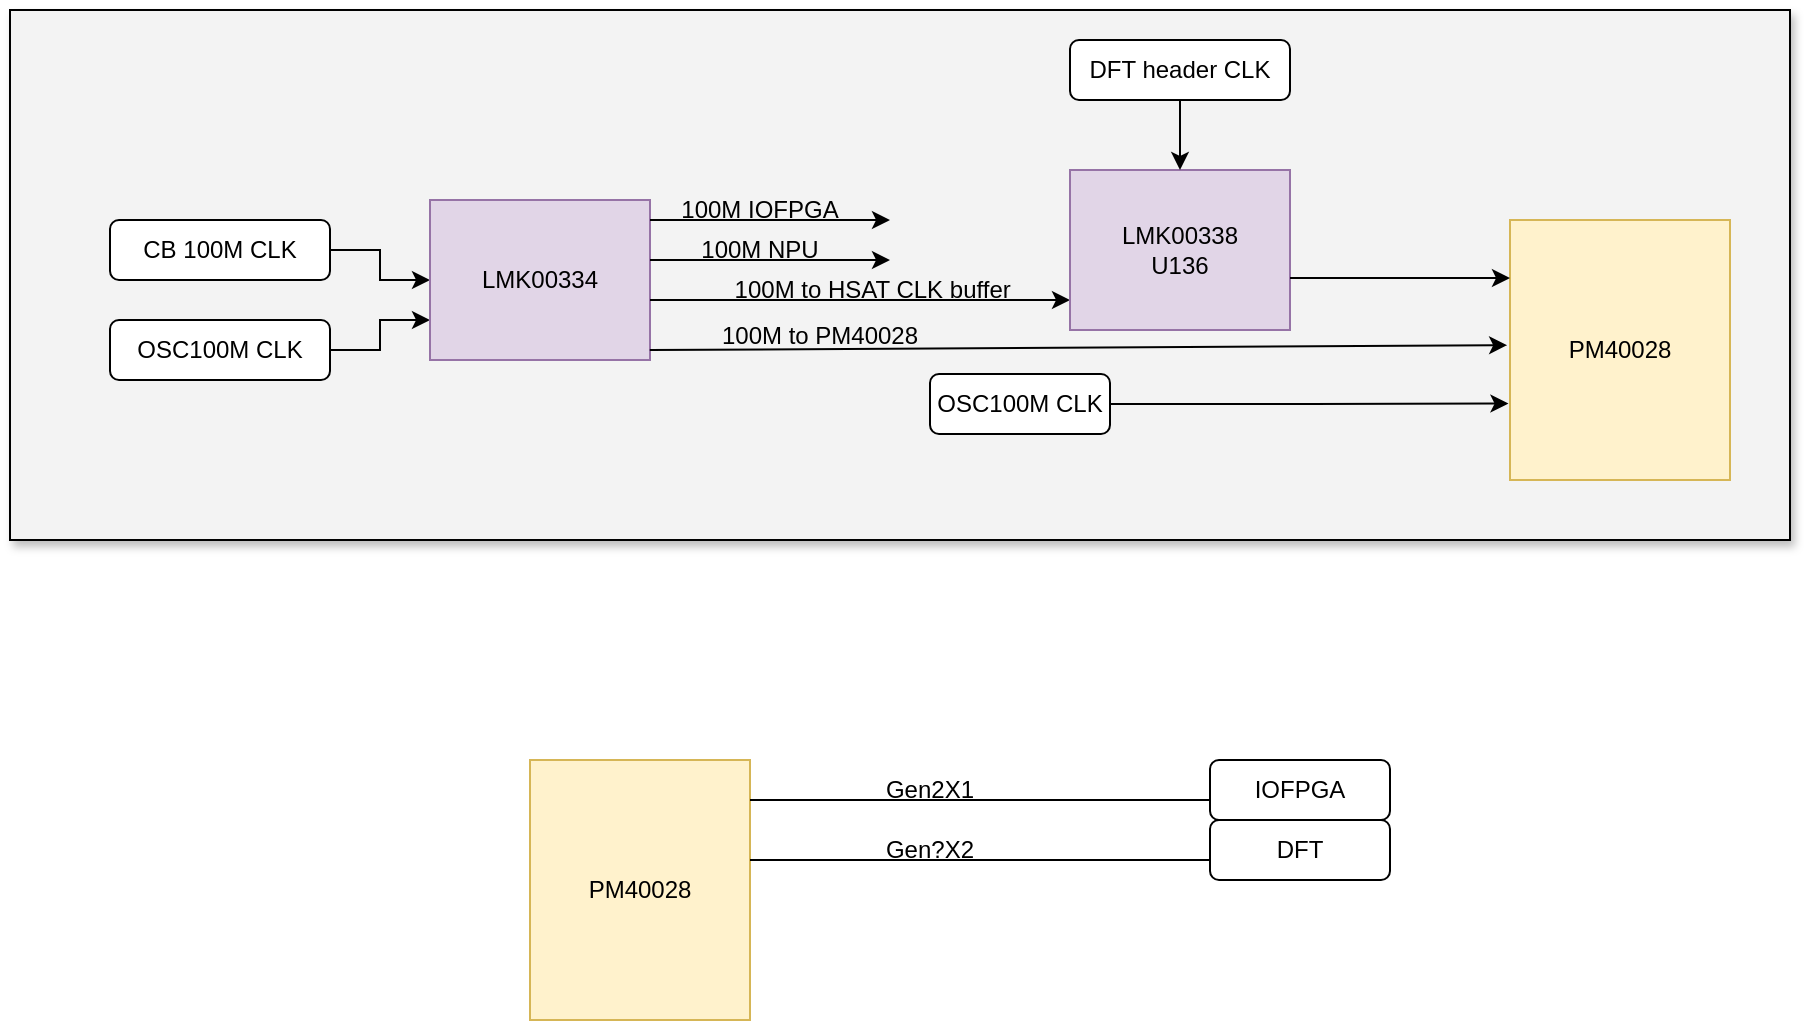
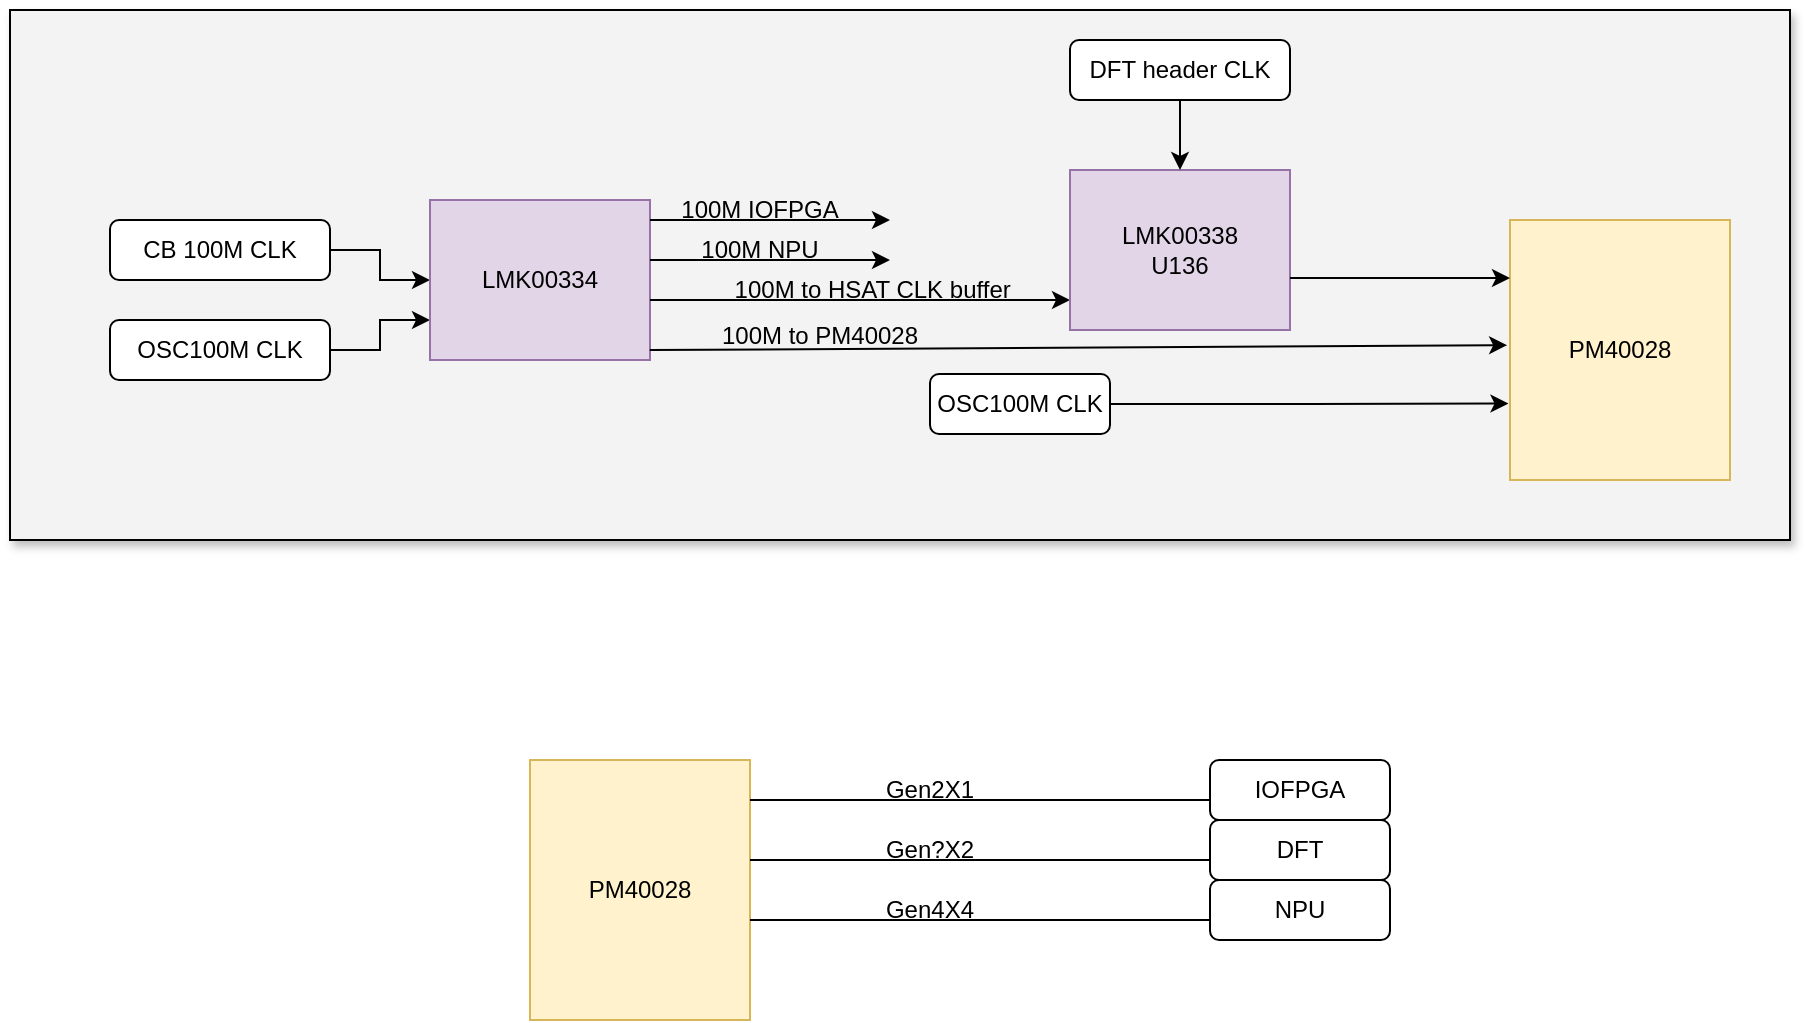
<mxfile host="app.diagrams.net">
  <diagram name="Page-1" id="cJ1i2ZrDSGZ8loSRIs3i">
    <mxGraphModel dx="1005" dy="500" grid="1" gridSize="10" guides="1" tooltips="1" connect="1" arrows="1" fold="1" page="1" pageScale="1" pageWidth="850" pageHeight="1100" math="0" shadow="0">
      <root>
        <mxCell id="0" />
        <mxCell id="1" parent="0" />
        <mxCell id="sCWqNb8X9fbYyOMFXr9O-35" parent="1" style="rounded=0;whiteSpace=wrap;html=1;shadow=1;fillColor=#F3F3F3;" value="" vertex="1">
          <mxGeometry height="265" width="890" x="150" y="95" as="geometry" />
        </mxCell>
        <mxCell id="sCWqNb8X9fbYyOMFXr9O-10" edge="1" parent="1" source="sCWqNb8X9fbYyOMFXr9O-2" style="edgeStyle=orthogonalEdgeStyle;rounded=0;orthogonalLoop=1;jettySize=auto;html=1;exitX=1;exitY=0.5;exitDx=0;exitDy=0;" target="sCWqNb8X9fbYyOMFXr9O-5">
          <mxGeometry relative="1" as="geometry" />
        </mxCell>
        <mxCell id="sCWqNb8X9fbYyOMFXr9O-2" parent="1" style="rounded=1;whiteSpace=wrap;html=1;" value="CB 100M CLK" vertex="1">
          <mxGeometry height="30" width="110" x="200" y="200" as="geometry" />
        </mxCell>
        <mxCell id="sCWqNb8X9fbYyOMFXr9O-9" edge="1" parent="1" source="sCWqNb8X9fbYyOMFXr9O-3" style="edgeStyle=orthogonalEdgeStyle;rounded=0;orthogonalLoop=1;jettySize=auto;html=1;exitX=1;exitY=0.5;exitDx=0;exitDy=0;entryX=0;entryY=0.75;entryDx=0;entryDy=0;" target="sCWqNb8X9fbYyOMFXr9O-5">
          <mxGeometry relative="1" as="geometry" />
        </mxCell>
        <mxCell id="sCWqNb8X9fbYyOMFXr9O-3" parent="1" style="rounded=1;whiteSpace=wrap;html=1;" value="OSC100M CLK" vertex="1">
          <mxGeometry height="30" width="110" x="200" y="250" as="geometry" />
        </mxCell>
        <mxCell id="sCWqNb8X9fbYyOMFXr9O-5" parent="1" style="rounded=0;whiteSpace=wrap;html=1;fillColor=#e1d5e7;strokeColor=#9673a6;" value="&lt;span style=&quot;text-align: left;&quot;&gt;LMK00334&lt;/span&gt;" vertex="1">
          <mxGeometry height="80" width="110" x="360" y="190" as="geometry" />
        </mxCell>
        <mxCell id="sCWqNb8X9fbYyOMFXr9O-11" edge="1" parent="1" style="endArrow=classic;html=1;rounded=0;" value="">
          <mxGeometry height="50" relative="1" width="50" as="geometry">
            <mxPoint x="470" y="200" as="sourcePoint" />
            <mxPoint x="590" y="200" as="targetPoint" />
          </mxGeometry>
        </mxCell>
        <mxCell id="sCWqNb8X9fbYyOMFXr9O-12" parent="1" style="text;html=1;whiteSpace=wrap;strokeColor=none;fillColor=none;align=center;verticalAlign=middle;rounded=0;" value="100M IOFPGA" vertex="1">
          <mxGeometry height="30" width="100" x="475" y="180" as="geometry" />
        </mxCell>
        <mxCell id="sCWqNb8X9fbYyOMFXr9O-13" edge="1" parent="1" style="endArrow=classic;html=1;rounded=0;" value="">
          <mxGeometry height="50" relative="1" width="50" as="geometry">
            <mxPoint x="470" y="220" as="sourcePoint" />
            <mxPoint x="590" y="220" as="targetPoint" />
          </mxGeometry>
        </mxCell>
        <mxCell id="sCWqNb8X9fbYyOMFXr9O-14" parent="1" style="text;html=1;whiteSpace=wrap;strokeColor=none;fillColor=none;align=center;verticalAlign=middle;rounded=0;" value="100M NPU" vertex="1">
          <mxGeometry height="30" width="200" x="425" y="200" as="geometry" />
        </mxCell>
        <mxCell id="sCWqNb8X9fbYyOMFXr9O-17" edge="1" parent="1" style="endArrow=classic;html=1;rounded=0;" value="">
          <mxGeometry height="50" relative="1" width="50" as="geometry">
            <mxPoint x="470" y="240" as="sourcePoint" />
            <mxPoint x="680" y="240" as="targetPoint" />
          </mxGeometry>
        </mxCell>
        <mxCell id="sCWqNb8X9fbYyOMFXr9O-18" parent="1" style="text;html=1;whiteSpace=wrap;strokeColor=none;fillColor=none;align=center;verticalAlign=middle;rounded=0;" value="100M to HSAT CLK buffer&amp;nbsp;" vertex="1">
          <mxGeometry height="30" width="230" x="468" y="220" as="geometry" />
        </mxCell>
        <mxCell id="sCWqNb8X9fbYyOMFXr9O-21" parent="1" style="text;html=1;whiteSpace=wrap;strokeColor=none;fillColor=none;align=center;verticalAlign=middle;rounded=0;" value="100M to PM40028" vertex="1">
          <mxGeometry height="30" width="230" x="440" y="243" as="geometry" />
        </mxCell>
        <mxCell id="sCWqNb8X9fbYyOMFXr9O-23" parent="1" style="rounded=1;whiteSpace=wrap;html=1;" value="OSC100M CLK" vertex="1">
          <mxGeometry height="30" width="90" x="610" y="277" as="geometry" />
        </mxCell>
        <mxCell id="sCWqNb8X9fbYyOMFXr9O-24" parent="1" style="rounded=0;whiteSpace=wrap;html=1;fillColor=#fff2cc;strokeColor=#d6b656;" value="&lt;span style=&quot;text-align: left;&quot;&gt;PM40028&lt;/span&gt;" vertex="1">
          <mxGeometry height="130" width="110" x="900" y="200" as="geometry" />
        </mxCell>
        <mxCell id="sCWqNb8X9fbYyOMFXr9O-25" edge="1" parent="1" source="sCWqNb8X9fbYyOMFXr9O-23" style="edgeStyle=orthogonalEdgeStyle;rounded=0;orthogonalLoop=1;jettySize=auto;html=1;exitX=1;exitY=0.5;exitDx=0;exitDy=0;entryX=-0.007;entryY=0.706;entryDx=0;entryDy=0;entryPerimeter=0;" target="sCWqNb8X9fbYyOMFXr9O-24">
          <mxGeometry relative="1" as="geometry" />
        </mxCell>
        <mxCell id="sCWqNb8X9fbYyOMFXr9O-28" parent="1" style="rounded=0;whiteSpace=wrap;html=1;fillColor=#e1d5e7;strokeColor=#9673a6;" value="&lt;span style=&quot;text-align: left;&quot;&gt;LMK00338&lt;/span&gt;&lt;div&gt;&lt;span style=&quot;text-align: left;&quot;&gt;U136&lt;/span&gt;&lt;/div&gt;" vertex="1">
          <mxGeometry height="80" width="110" x="680" y="175" as="geometry" />
        </mxCell>
        <mxCell id="sCWqNb8X9fbYyOMFXr9O-30" edge="1" parent="1" style="endArrow=classic;html=1;rounded=0;exitX=0.13;exitY=0.667;exitDx=0;exitDy=0;exitPerimeter=0;entryX=-0.013;entryY=0.443;entryDx=0;entryDy=0;entryPerimeter=0;" value="">
          <mxGeometry height="50" relative="1" width="50" as="geometry">
            <mxPoint x="469.9000000000001" y="265.01" as="sourcePoint" />
            <mxPoint x="898.5699999999999" y="262.59000000000003" as="targetPoint" />
          </mxGeometry>
        </mxCell>
        <mxCell id="sCWqNb8X9fbYyOMFXr9O-31" edge="1" parent="1" style="endArrow=classic;html=1;rounded=0;" value="">
          <mxGeometry height="50" relative="1" width="50" as="geometry">
            <mxPoint x="790" y="229" as="sourcePoint" />
            <mxPoint x="900" y="229" as="targetPoint" />
          </mxGeometry>
        </mxCell>
        <mxCell id="sCWqNb8X9fbYyOMFXr9O-33" edge="1" parent="1" source="sCWqNb8X9fbYyOMFXr9O-32" style="edgeStyle=orthogonalEdgeStyle;rounded=0;orthogonalLoop=1;jettySize=auto;html=1;exitX=0.5;exitY=1;exitDx=0;exitDy=0;entryX=0.5;entryY=0;entryDx=0;entryDy=0;" target="sCWqNb8X9fbYyOMFXr9O-28">
          <mxGeometry relative="1" as="geometry" />
        </mxCell>
        <mxCell id="sCWqNb8X9fbYyOMFXr9O-32" parent="1" style="rounded=1;whiteSpace=wrap;html=1;" value="DFT header CLK" vertex="1">
          <mxGeometry height="30" width="110" x="680" y="110" as="geometry" />
        </mxCell>
        <mxCell id="sCWqNb8X9fbYyOMFXr9O-34" parent="1" style="rounded=0;whiteSpace=wrap;html=1;fillColor=#fff2cc;strokeColor=#d6b656;" value="&lt;span style=&quot;text-align: left;&quot;&gt;PM40028&lt;/span&gt;" vertex="1">
          <mxGeometry height="130" width="110" x="410" y="470" as="geometry" />
        </mxCell>
        <mxCell id="sCWqNb8X9fbYyOMFXr9O-36" edge="1" parent="1" style="endArrow=none;html=1;rounded=0;" value="">
          <mxGeometry height="50" relative="1" width="50" as="geometry">
            <mxPoint x="520" y="490" as="sourcePoint" />
            <mxPoint x="750" y="490" as="targetPoint" />
          </mxGeometry>
        </mxCell>
        <mxCell id="sCWqNb8X9fbYyOMFXr9O-37" parent="1" style="text;html=1;whiteSpace=wrap;strokeColor=none;fillColor=none;align=center;verticalAlign=middle;rounded=0;" value="Gen2X1" vertex="1">
          <mxGeometry height="30" width="60" x="580" y="470" as="geometry" />
        </mxCell>
        <mxCell id="sCWqNb8X9fbYyOMFXr9O-38" parent="1" style="rounded=1;whiteSpace=wrap;html=1;" value="IOFPGA" vertex="1">
          <mxGeometry height="30" width="90" x="750" y="470" as="geometry" />
        </mxCell>
        <mxCell id="sCWqNb8X9fbYyOMFXr9O-39" edge="1" parent="1" style="endArrow=none;html=1;rounded=0;" value="">
          <mxGeometry height="50" relative="1" width="50" as="geometry">
            <mxPoint x="520" y="520" as="sourcePoint" />
            <mxPoint x="750" y="520" as="targetPoint" />
          </mxGeometry>
        </mxCell>
        <mxCell id="sCWqNb8X9fbYyOMFXr9O-41" parent="1" style="rounded=1;whiteSpace=wrap;html=1;" value="DFT" vertex="1">
          <mxGeometry height="30" width="90" x="750" y="500" as="geometry" />
        </mxCell>
        <mxCell id="sCWqNb8X9fbYyOMFXr9O-42" parent="1" style="text;html=1;whiteSpace=wrap;strokeColor=none;fillColor=none;align=center;verticalAlign=middle;rounded=0;" value="Gen?X2" vertex="1">
          <mxGeometry height="30" width="60" x="580" y="500" as="geometry" />
        </mxCell>
+         <mxCell id="sCWqNb8X9fbYyOMFXr9O-43" edge="1" parent="1" style="endArrow=none;html=1;rounded=0;" value="">
+           <mxGeometry height="50" relative="1" width="50" as="geometry">
+             <mxPoint x="520" y="550" as="sourcePoint" />
+             <mxPoint x="750" y="550" as="targetPoint" />
+           </mxGeometry>
+         </mxCell>
+         <mxCell id="sCWqNb8X9fbYyOMFXr9O-44" parent="1" style="text;html=1;whiteSpace=wrap;strokeColor=none;fillColor=none;align=center;verticalAlign=middle;rounded=0;" value="Gen4X4" vertex="1">
+           <mxGeometry height="30" width="60" x="580" y="530" as="geometry" />
+         </mxCell>
+         <mxCell id="sCWqNb8X9fbYyOMFXr9O-45" parent="1" style="rounded=1;whiteSpace=wrap;html=1;" value="NPU" vertex="1">
+           <mxGeometry height="30" width="90" x="750" y="530" as="geometry" />
+         </mxCell>
      </root>
    </mxGraphModel>
  </diagram>
</mxfile>
